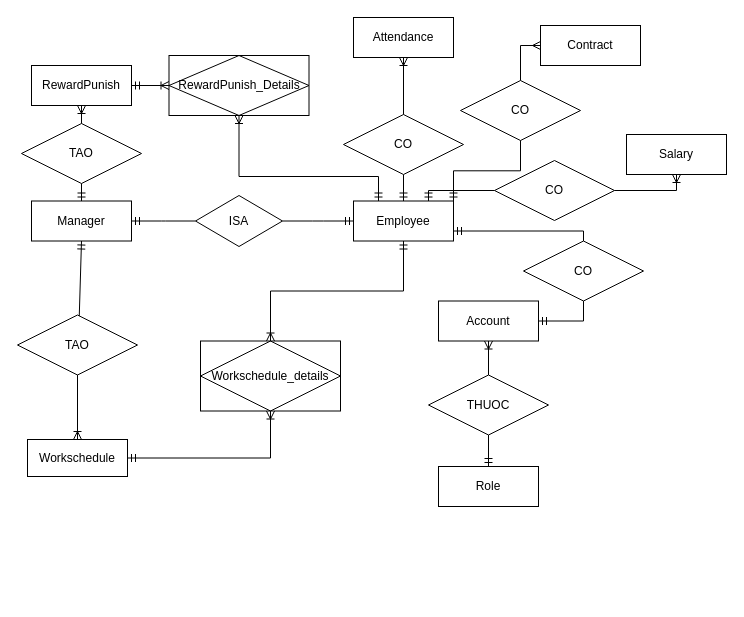
VanTruongPTITHCM2002/DoAnJava keeps this draw.io diagram as page "Trang-3" (3 of 3) of tttn.drawio. Above is the earlier version. Source tidied: cells renumbered, new cells numbered last; positions are measured from the earlier drawing's top-left corner, leaving out a move shared by most shapes. Both pictures are drawn from the tidied source at 100%, with x=0, y=0 at pixel (17, 17).
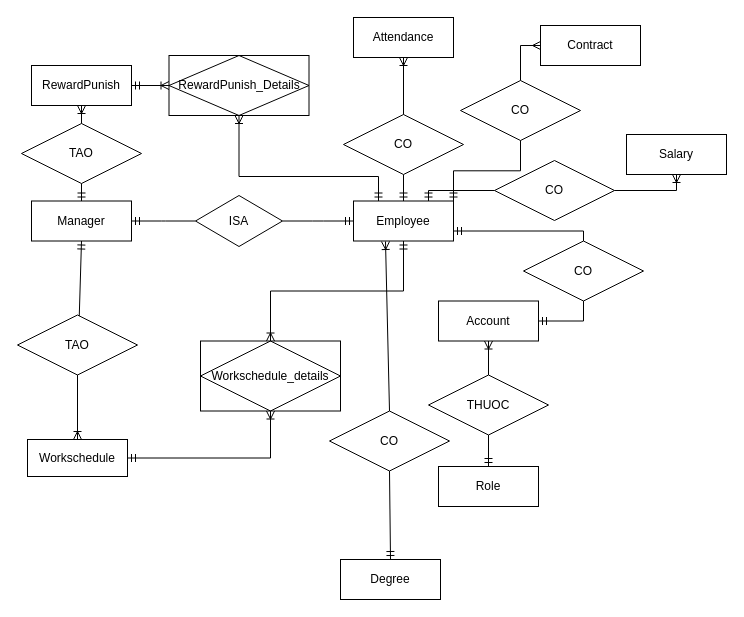
Above is the later version.

The change refers to these unchanged cells:
```xml
<mxCell id="2" value="Employee" style="whiteSpace=wrap;html=1;align=center;" parent="1" vertex="1">
  <mxGeometry x="336" y="183.5" width="100" height="40" as="geometry" />
</mxCell>
```

What changed in the source:
```diff
@@
+    <mxCell id="41" value="Degree" style="whiteSpace=wrap;html=1;align=center;" parent="1" vertex="1">
+      <mxGeometry x="323" y="542" width="100" height="40" as="geometry" />
+    </mxCell>
+    <mxCell id="42" value="CO" style="shape=rhombus;perimeter=rhombusPerimeter;whiteSpace=wrap;html=1;align=center;" parent="1" vertex="1">
+      <mxGeometry x="312" y="393.5" width="120" height="60" as="geometry" />
+    </mxCell>
+    <mxCell id="43" style="fontSize=12;html=1;endArrow=ERmandOne;rounded=0;exitX=0.5;exitY=1;exitDx=0;exitDy=0;entryX=0.5;entryY=0;entryDx=0;entryDy=0;" parent="1" edge="1" source="42" target="41">
+      <mxGeometry relative="1" as="geometry" />
+    </mxCell>
+    <mxCell id="44" style="fontSize=12;html=1;endArrow=ERoneToMany;rounded=0;exitX=0.5;exitY=0;exitDx=0;exitDy=0;entryX=0.32;entryY=1.013;entryDx=0;entryDy=0;entryPerimeter=0;" parent="1" edge="1" source="42" target="2">
+      <mxGeometry relative="1" as="geometry" />
+    </mxCell>
```
